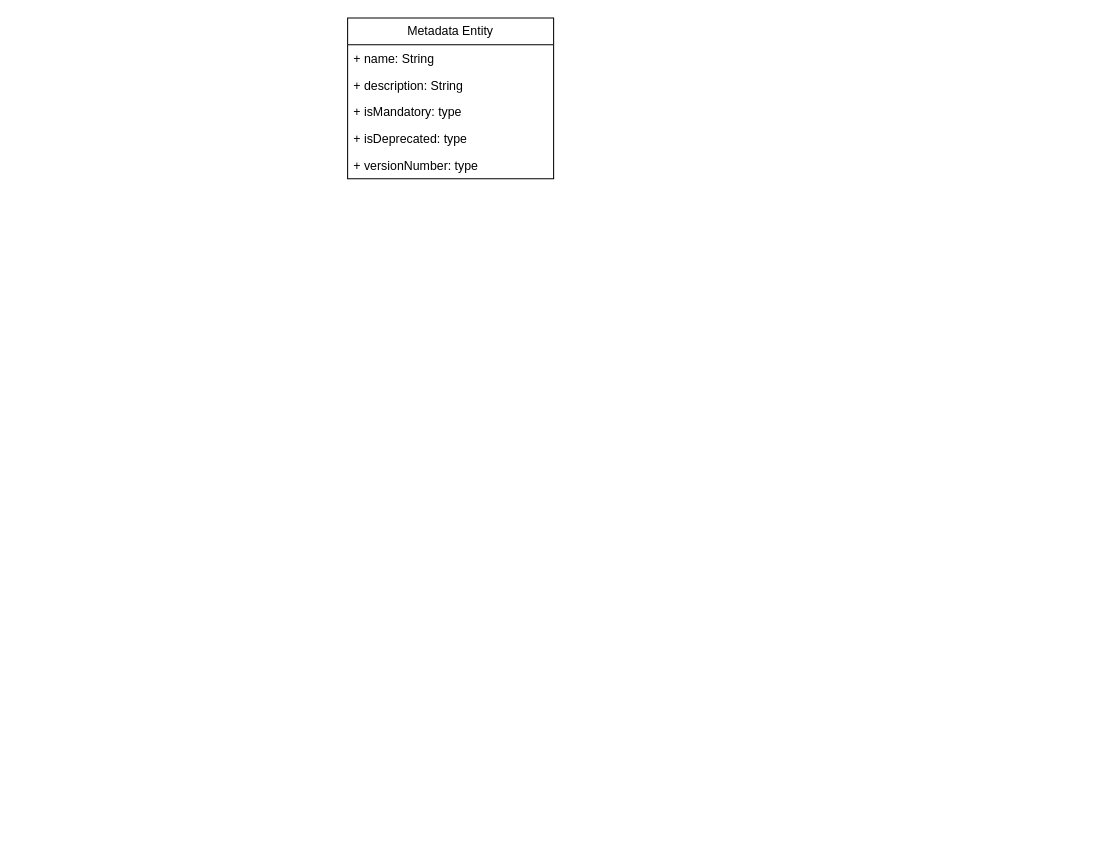
Before: KGE_PS01.drawio in tyk1hc/drawio, a draw.io diagram. Source tidied: cells renumbered, new cells numbered last; positions are measured from the earlier drawing's top-left corner, leaving out a move shared by most shapes. Both pictures are drawn from the tidied source at 103%, with x=0, y=0 at pixel (347, 18).
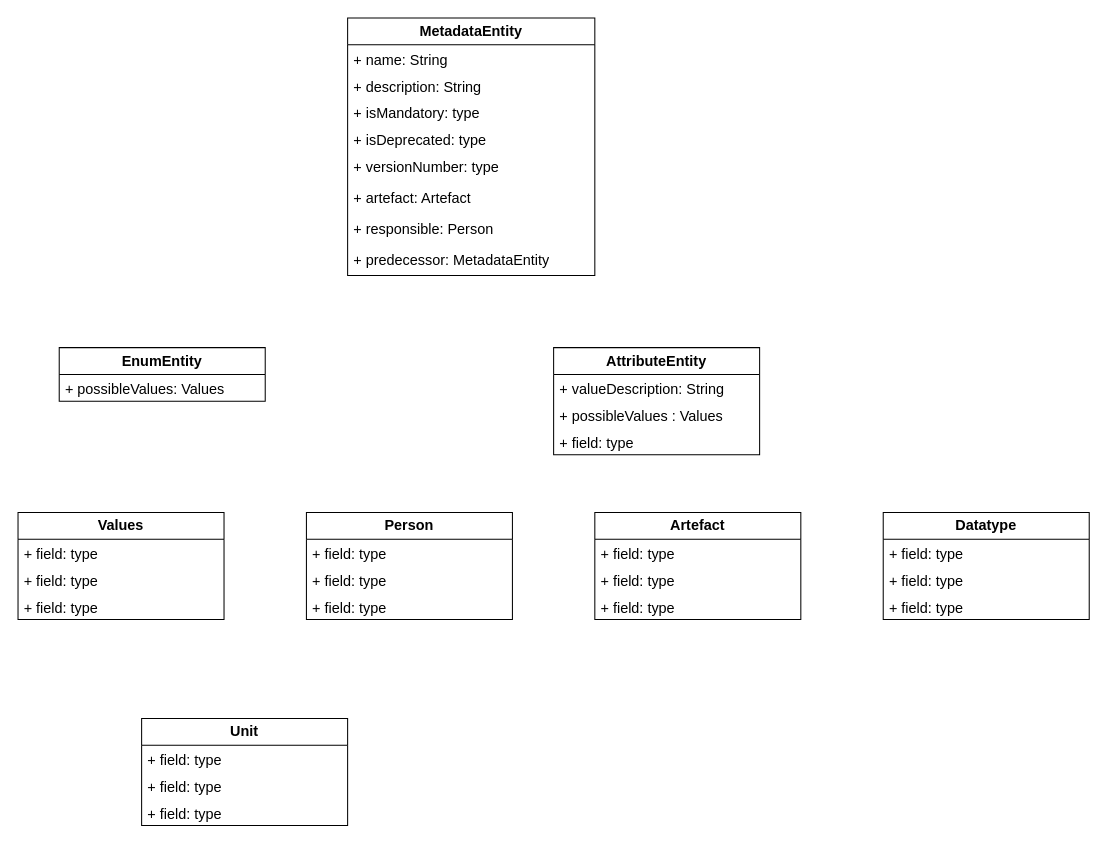
Above is the later version.

Diff of the diagram source:
```diff
@@
-    <mxCell id="2" value="Metadata Entity" style="swimlane;fontStyle=0;horizontal=1;startSize=26;fillColor=none;whiteSpace=wrap;html=1;" parent="1" vertex="1">
-      <mxGeometry width="200" height="156" as="geometry" />
+    <mxCell id="2" value="&lt;b&gt;MetadataEntity&lt;/b&gt;" style="swimlane;fontStyle=0;horizontal=1;startSize=26;fillColor=none;whiteSpace=wrap;html=1;fontSize=14;" parent="1" vertex="1">
+      <mxGeometry width="240" height="250" as="geometry" />
     </mxCell>
-    <mxCell id="3" value="+ name: String" style="text;strokeColor=none;fillColor=none;align=left;verticalAlign=top;spacingLeft=4;spacingRight=4;overflow=hidden;whiteSpace=wrap;html=1;" parent="2" vertex="1">
-      <mxGeometry y="26" width="200" height="26" as="geometry" />
+    <mxCell id="3" value="+ name: String" style="text;strokeColor=none;fillColor=none;align=left;verticalAlign=top;spacingLeft=4;spacingRight=4;overflow=hidden;whiteSpace=wrap;html=1;fontSize=14;" parent="2" vertex="1">
+      <mxGeometry y="26" width="240" height="26" as="geometry" />
     </mxCell>
-    <mxCell id="4" value="+ description: String" style="text;strokeColor=none;fillColor=none;align=left;verticalAlign=top;spacingLeft=4;spacingRight=4;overflow=hidden;whiteSpace=wrap;html=1;" parent="2" vertex="1">
-      <mxGeometry y="52" width="200" height="26" as="geometry" />
+    <mxCell id="4" value="+ description: String" style="text;strokeColor=none;fillColor=none;align=left;verticalAlign=top;spacingLeft=4;spacingRight=4;overflow=hidden;whiteSpace=wrap;html=1;fontSize=14;" parent="2" vertex="1">
+      <mxGeometry y="52" width="240" height="26" as="geometry" />
     </mxCell>
-    <mxCell id="5" value="+ isMandatory: type" style="text;strokeColor=none;fillColor=none;align=left;verticalAlign=top;spacingLeft=4;spacingRight=4;overflow=hidden;whiteSpace=wrap;html=1;" parent="2" vertex="1">
-      <mxGeometry y="78" width="200" height="26" as="geometry" />
+    <mxCell id="5" value="+ isMandatory: type" style="text;strokeColor=none;fillColor=none;align=left;verticalAlign=top;spacingLeft=4;spacingRight=4;overflow=hidden;whiteSpace=wrap;html=1;fontSize=14;" parent="2" vertex="1">
+      <mxGeometry y="78" width="240" height="26" as="geometry" />
     </mxCell>
-    <mxCell id="6" value="+ isDeprecated: type" style="text;strokeColor=none;fillColor=none;align=left;verticalAlign=top;spacingLeft=4;spacingRight=4;overflow=hidden;whiteSpace=wrap;html=1;" parent="2" vertex="1">
-      <mxGeometry y="104" width="200" height="26" as="geometry" />
+    <mxCell id="6" value="+ isDeprecated: type" style="text;strokeColor=none;fillColor=none;align=left;verticalAlign=top;spacingLeft=4;spacingRight=4;overflow=hidden;whiteSpace=wrap;html=1;fontSize=14;" parent="2" vertex="1">
+      <mxGeometry y="104" width="240" height="26" as="geometry" />
     </mxCell>
-    <mxCell id="7" value="+ versionNumber: type" style="text;strokeColor=none;fillColor=none;align=left;verticalAlign=top;spacingLeft=4;spacingRight=4;overflow=hidden;whiteSpace=wrap;html=1;" parent="2" vertex="1">
-      <mxGeometry y="130" width="200" height="26" as="geometry" />
+    <mxCell id="7" value="+ versionNumber: type" style="text;strokeColor=none;fillColor=none;align=left;verticalAlign=top;spacingLeft=4;spacingRight=4;overflow=hidden;whiteSpace=wrap;html=1;fontSize=14;" parent="2" vertex="1">
+      <mxGeometry y="130" width="240" height="30" as="geometry" />
     </mxCell>
+    <mxCell id="8" value="+&amp;nbsp;artefact: Artefact" style="text;strokeColor=none;fillColor=none;align=left;verticalAlign=top;spacingLeft=4;spacingRight=4;overflow=hidden;whiteSpace=wrap;html=1;fontSize=14;" parent="2" vertex="1">
+      <mxGeometry y="160" width="240" height="30" as="geometry" />
+    </mxCell>
+    <mxCell id="9" value="+&amp;nbsp;responsible: Person" style="text;strokeColor=none;fillColor=none;align=left;verticalAlign=top;spacingLeft=4;spacingRight=4;overflow=hidden;whiteSpace=wrap;html=1;fontSize=14;" parent="2" vertex="1">
+      <mxGeometry y="190" width="240" height="30" as="geometry" />
+    </mxCell>
+    <mxCell id="10" value="+&amp;nbsp;predecessor: MetadataEntity" style="text;strokeColor=none;fillColor=none;align=left;verticalAlign=top;spacingLeft=4;spacingRight=4;overflow=hidden;whiteSpace=wrap;html=1;fontSize=14;" parent="2" vertex="1">
+      <mxGeometry y="220" width="240" height="30" as="geometry" />
+    </mxCell>
+    <mxCell id="11" value="&lt;b&gt;EnumEntity&lt;/b&gt;" style="swimlane;fontStyle=0;horizontal=1;startSize=26;fillColor=none;whiteSpace=wrap;html=1;fontSize=14;" parent="1" vertex="1">
+      <mxGeometry x="-280" y="320" width="200" height="52" as="geometry" />
+    </mxCell>
+    <mxCell id="12" value="+&amp;nbsp;possibleValues: Values" style="text;strokeColor=none;fillColor=none;align=left;verticalAlign=top;spacingLeft=4;spacingRight=4;overflow=hidden;whiteSpace=wrap;html=1;fontSize=14;" parent="11" vertex="1">
+      <mxGeometry y="26" width="200" height="26" as="geometry" />
+    </mxCell>
+    <mxCell id="13" value="&lt;b&gt;AttributeEntity&lt;/b&gt;" style="swimlane;fontStyle=0;horizontal=1;startSize=26;fillColor=none;whiteSpace=wrap;html=1;fontSize=14;" parent="1" vertex="1">
+      <mxGeometry x="200" y="320" width="200" height="104" as="geometry" />
+    </mxCell>
+    <mxCell id="14" value="+ valueDescription:&amp;nbsp;String" style="text;strokeColor=none;fillColor=none;align=left;verticalAlign=top;spacingLeft=4;spacingRight=4;overflow=hidden;whiteSpace=wrap;html=1;fontSize=14;" parent="13" vertex="1">
+      <mxGeometry y="26" width="200" height="26" as="geometry" />
+    </mxCell>
+    <mxCell id="15" value="+&amp;nbsp;possibleValues : Values" style="text;strokeColor=none;fillColor=none;align=left;verticalAlign=top;spacingLeft=4;spacingRight=4;overflow=hidden;whiteSpace=wrap;html=1;fontSize=14;" parent="13" vertex="1">
+      <mxGeometry y="52" width="200" height="26" as="geometry" />
+    </mxCell>
+    <mxCell id="16" value="+ field: type" style="text;strokeColor=none;fillColor=none;align=left;verticalAlign=top;spacingLeft=4;spacingRight=4;overflow=hidden;whiteSpace=wrap;html=1;fontSize=14;" parent="13" vertex="1">
+      <mxGeometry y="78" width="200" height="26" as="geometry" />
+    </mxCell>
+    <mxCell id="17" value="&lt;b&gt;Values&lt;/b&gt;" style="swimlane;fontStyle=0;horizontal=1;startSize=26;fillColor=none;whiteSpace=wrap;html=1;fontSize=14;" parent="1" vertex="1">
+      <mxGeometry x="-320" y="480" width="200" height="104" as="geometry" />
+    </mxCell>
+    <mxCell id="18" value="+ field: type" style="text;strokeColor=none;fillColor=none;align=left;verticalAlign=top;spacingLeft=4;spacingRight=4;overflow=hidden;whiteSpace=wrap;html=1;fontSize=14;" parent="17" vertex="1">
+      <mxGeometry y="26" width="200" height="26" as="geometry" />
+    </mxCell>
+    <mxCell id="19" value="+ field: type" style="text;strokeColor=none;fillColor=none;align=left;verticalAlign=top;spacingLeft=4;spacingRight=4;overflow=hidden;whiteSpace=wrap;html=1;fontSize=14;" parent="17" vertex="1">
+      <mxGeometry y="52" width="200" height="26" as="geometry" />
+    </mxCell>
+    <mxCell id="20" value="+ field: type" style="text;strokeColor=none;fillColor=none;align=left;verticalAlign=top;spacingLeft=4;spacingRight=4;overflow=hidden;whiteSpace=wrap;html=1;fontSize=14;" parent="17" vertex="1">
+      <mxGeometry y="78" width="200" height="26" as="geometry" />
+    </mxCell>
+    <mxCell id="21" value="&lt;b&gt;Person&lt;/b&gt;" style="swimlane;fontStyle=0;horizontal=1;startSize=26;fillColor=none;whiteSpace=wrap;html=1;fontSize=14;" parent="1" vertex="1">
+      <mxGeometry x="-40" y="480" width="200" height="104" as="geometry" />
+    </mxCell>
+    <mxCell id="22" value="+ field: type" style="text;strokeColor=none;fillColor=none;align=left;verticalAlign=top;spacingLeft=4;spacingRight=4;overflow=hidden;whiteSpace=wrap;html=1;fontSize=14;" parent="21" vertex="1">
+      <mxGeometry y="26" width="200" height="26" as="geometry" />
+    </mxCell>
+    <mxCell id="23" value="+ field: type" style="text;strokeColor=none;fillColor=none;align=left;verticalAlign=top;spacingLeft=4;spacingRight=4;overflow=hidden;whiteSpace=wrap;html=1;fontSize=14;" parent="21" vertex="1">
+      <mxGeometry y="52" width="200" height="26" as="geometry" />
+    </mxCell>
+    <mxCell id="24" value="+ field: type" style="text;strokeColor=none;fillColor=none;align=left;verticalAlign=top;spacingLeft=4;spacingRight=4;overflow=hidden;whiteSpace=wrap;html=1;fontSize=14;" parent="21" vertex="1">
+      <mxGeometry y="78" width="200" height="26" as="geometry" />
+    </mxCell>
+    <mxCell id="25" value="&lt;b&gt;Artefact&lt;/b&gt;" style="swimlane;fontStyle=0;horizontal=1;startSize=26;fillColor=none;whiteSpace=wrap;html=1;fontSize=14;" parent="1" vertex="1">
+      <mxGeometry x="240" y="480" width="200" height="104" as="geometry" />
+    </mxCell>
+    <mxCell id="26" value="+ field: type" style="text;strokeColor=none;fillColor=none;align=left;verticalAlign=top;spacingLeft=4;spacingRight=4;overflow=hidden;whiteSpace=wrap;html=1;fontSize=14;" parent="25" vertex="1">
+      <mxGeometry y="26" width="200" height="26" as="geometry" />
+    </mxCell>
+    <mxCell id="27" value="+ field: type" style="text;strokeColor=none;fillColor=none;align=left;verticalAlign=top;spacingLeft=4;spacingRight=4;overflow=hidden;whiteSpace=wrap;html=1;fontSize=14;" parent="25" vertex="1">
+      <mxGeometry y="52" width="200" height="26" as="geometry" />
+    </mxCell>
+    <mxCell id="28" value="+ field: type" style="text;strokeColor=none;fillColor=none;align=left;verticalAlign=top;spacingLeft=4;spacingRight=4;overflow=hidden;whiteSpace=wrap;html=1;fontSize=14;" parent="25" vertex="1">
+      <mxGeometry y="78" width="200" height="26" as="geometry" />
+    </mxCell>
+    <mxCell id="29" value="&lt;b&gt;Datatype&lt;/b&gt;" style="swimlane;fontStyle=0;horizontal=1;startSize=26;fillColor=none;whiteSpace=wrap;html=1;fontSize=14;" parent="1" vertex="1">
+      <mxGeometry x="520" y="480" width="200" height="104" as="geometry" />
+    </mxCell>
+    <mxCell id="30" value="+ field: type" style="text;strokeColor=none;fillColor=none;align=left;verticalAlign=top;spacingLeft=4;spacingRight=4;overflow=hidden;whiteSpace=wrap;html=1;fontSize=14;" parent="29" vertex="1">
+      <mxGeometry y="26" width="200" height="26" as="geometry" />
+    </mxCell>
+    <mxCell id="31" value="+ field: type" style="text;strokeColor=none;fillColor=none;align=left;verticalAlign=top;spacingLeft=4;spacingRight=4;overflow=hidden;whiteSpace=wrap;html=1;fontSize=14;" parent="29" vertex="1">
+      <mxGeometry y="52" width="200" height="26" as="geometry" />
+    </mxCell>
+    <mxCell id="32" value="+ field: type" style="text;strokeColor=none;fillColor=none;align=left;verticalAlign=top;spacingLeft=4;spacingRight=4;overflow=hidden;whiteSpace=wrap;html=1;fontSize=14;" parent="29" vertex="1">
+      <mxGeometry y="78" width="200" height="26" as="geometry" />
+    </mxCell>
+    <mxCell id="33" value="&lt;b&gt;Unit&lt;/b&gt;" style="swimlane;fontStyle=0;horizontal=1;startSize=26;fillColor=none;whiteSpace=wrap;html=1;fontSize=14;" parent="1" vertex="1">
+      <mxGeometry x="-200" y="680" width="200" height="104" as="geometry" />
+    </mxCell>
+    <mxCell id="34" value="+ field: type" style="text;strokeColor=none;fillColor=none;align=left;verticalAlign=top;spacingLeft=4;spacingRight=4;overflow=hidden;whiteSpace=wrap;html=1;fontSize=14;" parent="33" vertex="1">
+      <mxGeometry y="26" width="200" height="26" as="geometry" />
+    </mxCell>
+    <mxCell id="35" value="+ field: type" style="text;strokeColor=none;fillColor=none;align=left;verticalAlign=top;spacingLeft=4;spacingRight=4;overflow=hidden;whiteSpace=wrap;html=1;fontSize=14;" parent="33" vertex="1">
+      <mxGeometry y="52" width="200" height="26" as="geometry" />
+    </mxCell>
+    <mxCell id="36" value="+ field: type" style="text;strokeColor=none;fillColor=none;align=left;verticalAlign=top;spacingLeft=4;spacingRight=4;overflow=hidden;whiteSpace=wrap;html=1;fontSize=14;" parent="33" vertex="1">
+      <mxGeometry y="78" width="200" height="26" as="geometry" />
+    </mxCell>
```
